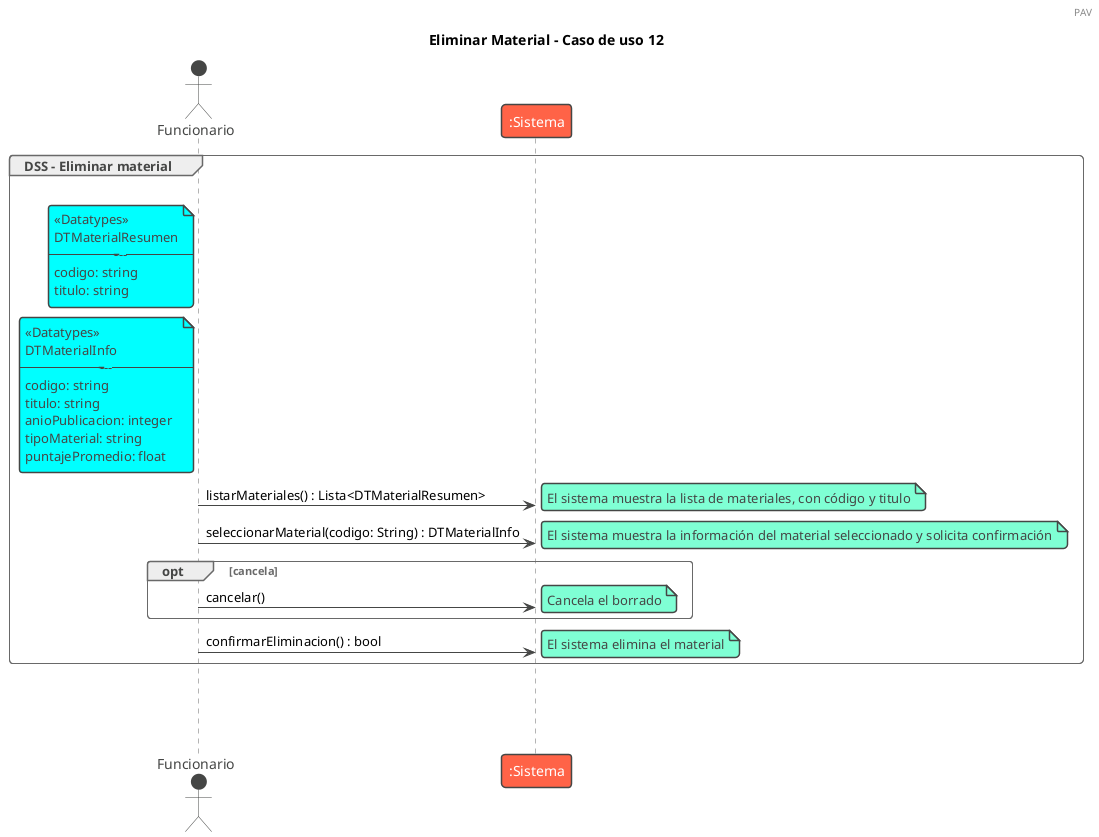
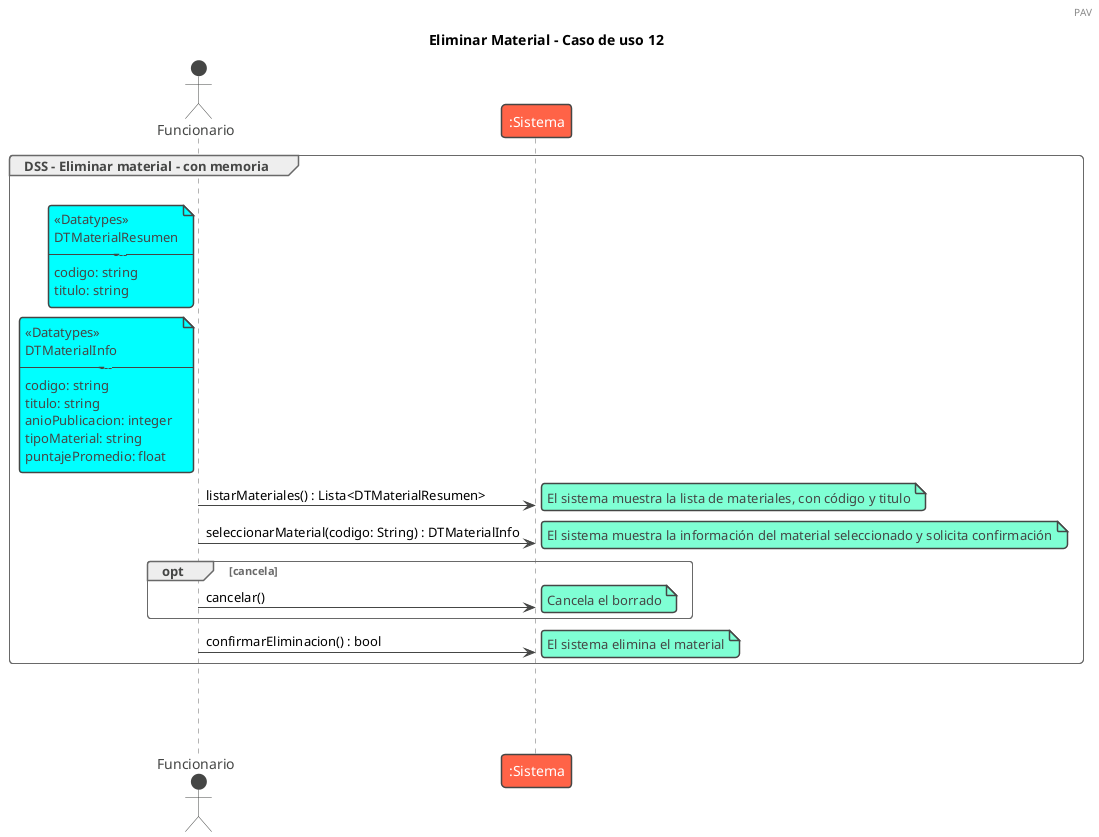
@startuml eliminarMaterial
!theme vibrant
header PAV
/' El caso de uso comienza cuando un funcionario, que previamente ha iniciado
sesión, desea eliminar un material. El sistema muestra la lista de materiales
registrados indicando su código y título, y el funcionario selecciona uno. Luego, el
sistema muestra la información del material seleccionado y solicita confirmación
de la operación. Si el funcionario confirma, el sistema elimina el material.'/


title Eliminar Material - Caso de uso 12

- group DSS - Eliminar material
+ group DSS - Eliminar material - con memoria
Actor Funcionario
|||
note left of Funcionario #aqua
<<Datatypes>>
DTMaterialResumen
-----------
codigo: string
titulo: string
end note

note left of Funcionario #aqua
<<Datatypes>>
DTMaterialInfo
-----------
codigo: string
titulo: string
anioPublicacion: integer
tipoMaterial: string
puntajePromedio: float
end note


Funcionario -> ":Sistema" : listarMateriales() : Lista<DTMaterialResumen>
note right: El sistema muestra la lista de materiales, con código y titulo

Funcionario -> ":Sistema" : seleccionarMaterial(codigo: String) : DTMaterialInfo
note right: El sistema muestra la información del material seleccionado y solicita confirmación

opt cancela
        Funcionario -> ":Sistema" : cancelar()
        note right: Cancela el borrado
    end

Funcionario -> ":Sistema" : confirmarEliminacion() : bool
note right : El sistema elimina el material

end
|||
|||
|||

@enduml